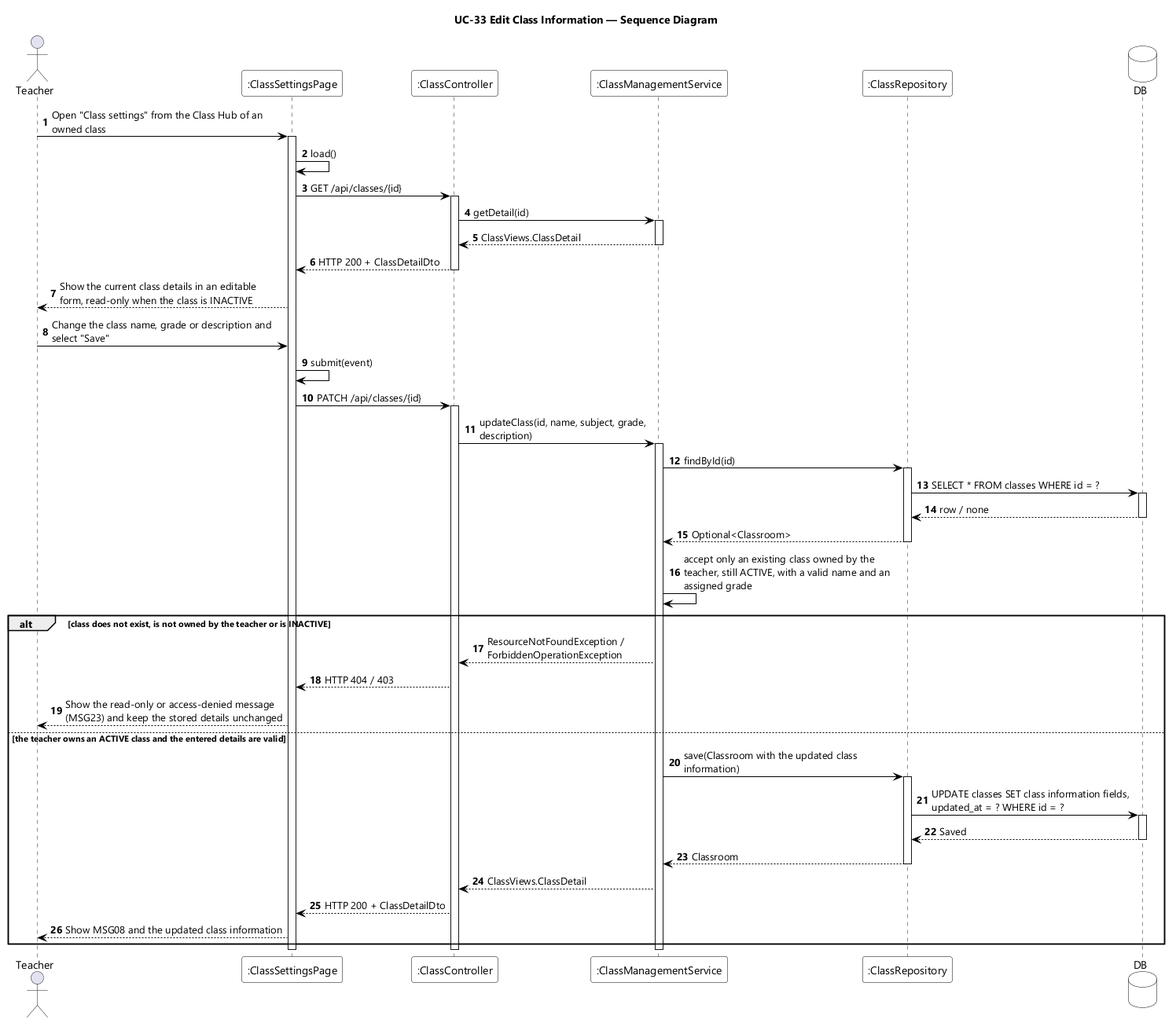
EduA-system/EduA-system keeps this PlantUML diagram as designs/sds-diagrams/uc33/uc33-sequence-diagram.png. Above is the earlier version.
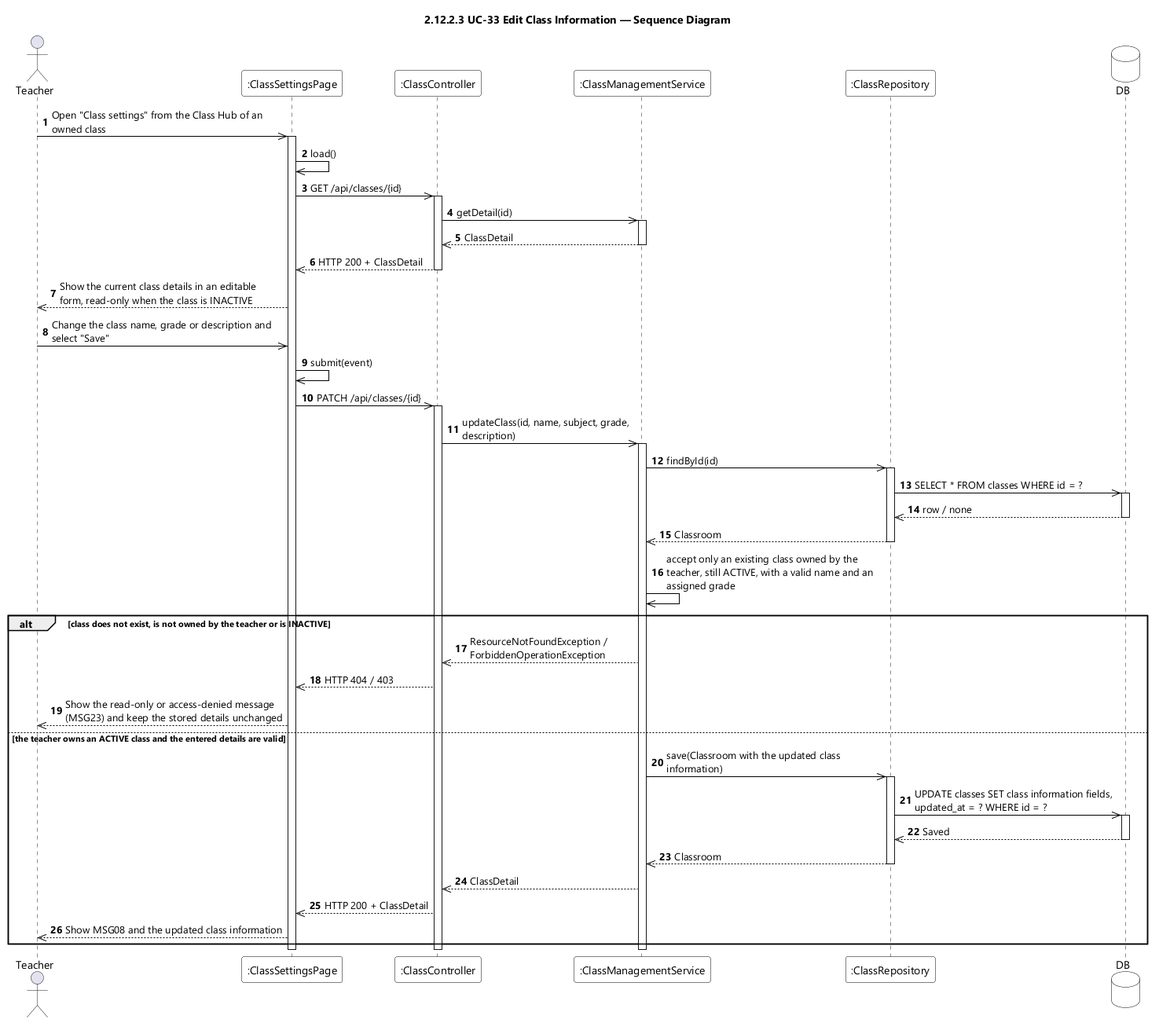
After the change.

The edit, as a diff of the source:
```diff
@@ -9,7 +9,7 @@
 skinparam ArrowColor #000000
 skinparam sequenceMessageAlign left
 skinparam maxMessageSize 280
-title UC-33 Edit Class Information — Sequence Diagram
+title 2.12.2.3 UC-33 Edit Class Information — Sequence Diagram
 
 actor Teacher
 participant ":ClassSettingsPage" as UI
@@ -19,51 +19,51 @@
 database DB
 
 autonumber
-Teacher -> UI : Open "Class settings" from the Class Hub of an owned class
+Teacher ->> UI : Open "Class settings" from the Class Hub of an owned class
 activate UI
-UI -> UI : load()
-UI -> CTL : GET /api/classes/{id}
+UI ->> UI : load()
+UI ->> CTL : GET /api/classes/{id}
 activate CTL
-CTL -> SVC : getDetail(id)
+CTL ->> SVC : getDetail(id)
 activate SVC
-SVC --> CTL : ClassViews.ClassDetail
+SVC -->> CTL : ClassDetail
 deactivate SVC
-CTL --> UI : HTTP 200 + ClassDetailDto
+CTL -->> UI : HTTP 200 + ClassDetail
 deactivate CTL
-UI --> Teacher : Show the current class details in an editable form, read-only when the class is INACTIVE
+UI -->> Teacher : Show the current class details in an editable form, read-only when the class is INACTIVE
 
-Teacher -> UI : Change the class name, grade or description and select "Save"
-UI -> UI : submit(event)
-UI -> CTL : PATCH /api/classes/{id}
+Teacher ->> UI : Change the class name, grade or description and select "Save"
+UI ->> UI : submit(event)
+UI ->> CTL : PATCH /api/classes/{id}
 activate CTL
-CTL -> SVC : updateClass(id, name, subject, grade, description)
+CTL ->> SVC : updateClass(id, name, subject, grade, description)
 activate SVC
-SVC -> REPO : findById(id)
+SVC ->> REPO : findById(id)
 activate REPO
-REPO -> DB : SELECT * FROM classes WHERE id = ?
+REPO ->> DB : SELECT * FROM classes WHERE id = ?
 activate DB
-DB --> REPO : row / none
+DB -->> REPO : row / none
 deactivate DB
-REPO --> SVC : Optional<Classroom>
+REPO -->> SVC : Classroom
 deactivate REPO
-SVC -> SVC : accept only an existing class owned by the teacher, still ACTIVE, with a valid name and an assigned grade
+SVC ->> SVC : accept only an existing class owned by the teacher, still ACTIVE, with a valid name and an assigned grade
 
 alt class does not exist, is not owned by the teacher or is INACTIVE
-  SVC --> CTL : ResourceNotFoundException / ForbiddenOperationException
-  CTL --> UI : HTTP 404 / 403
-  UI --> Teacher : Show the read-only or access-denied message (MSG23) and keep the stored details unchanged
+  SVC -->> CTL : ResourceNotFoundException / ForbiddenOperationException
+  CTL -->> UI : HTTP 404 / 403
+  UI -->> Teacher : Show the read-only or access-denied message (MSG23) and keep the stored details unchanged
 else the teacher owns an ACTIVE class and the entered details are valid
-  SVC -> REPO : save(Classroom with the updated class information)
+  SVC ->> REPO : save(Classroom with the updated class information)
   activate REPO
-  REPO -> DB : UPDATE classes SET class information fields, updated_at = ? WHERE id = ?
+  REPO ->> DB : UPDATE classes SET class information fields, updated_at = ? WHERE id = ?
   activate DB
-  DB --> REPO : Saved
+  DB -->> REPO : Saved
   deactivate DB
-  REPO --> SVC : Classroom
+  REPO -->> SVC : Classroom
   deactivate REPO
-  SVC --> CTL : ClassViews.ClassDetail
-  CTL --> UI : HTTP 200 + ClassDetailDto
-  UI --> Teacher : Show MSG08 and the updated class information
+  SVC -->> CTL : ClassDetail
+  CTL -->> UI : HTTP 200 + ClassDetail
+  UI -->> Teacher : Show MSG08 and the updated class information
 end
 deactivate SVC
 deactivate CTL
```
